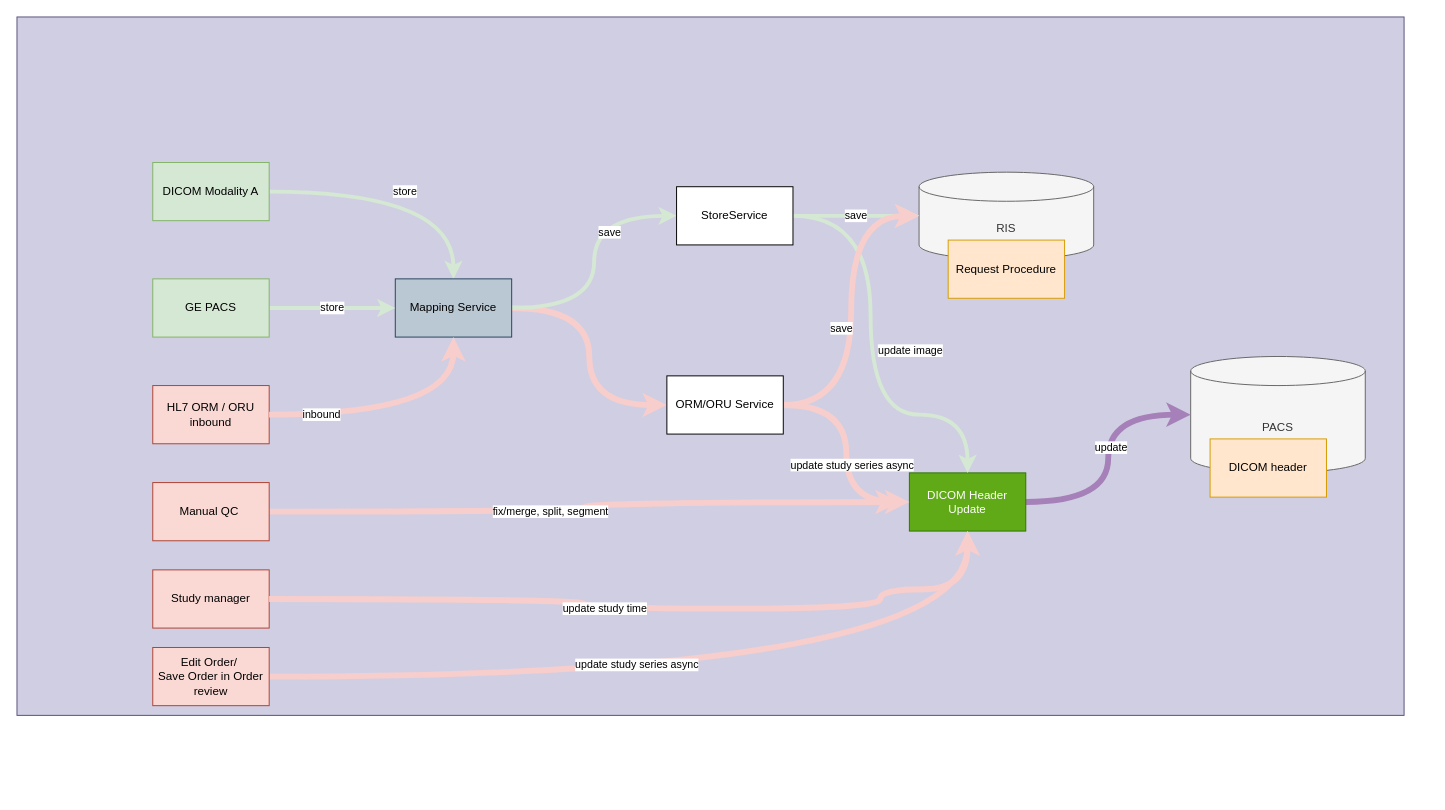
Above: dicom update.drawio in comsmall/None (draw.io), before the change. Source tidied: cells renumbered, new cells numbered last; positions are measured from the earlier drawing's top-left corner, leaving out a move shared by most shapes. Both pictures are drawn from the tidied source at 97%, with x=0, y=0 at pixel (16, 16).
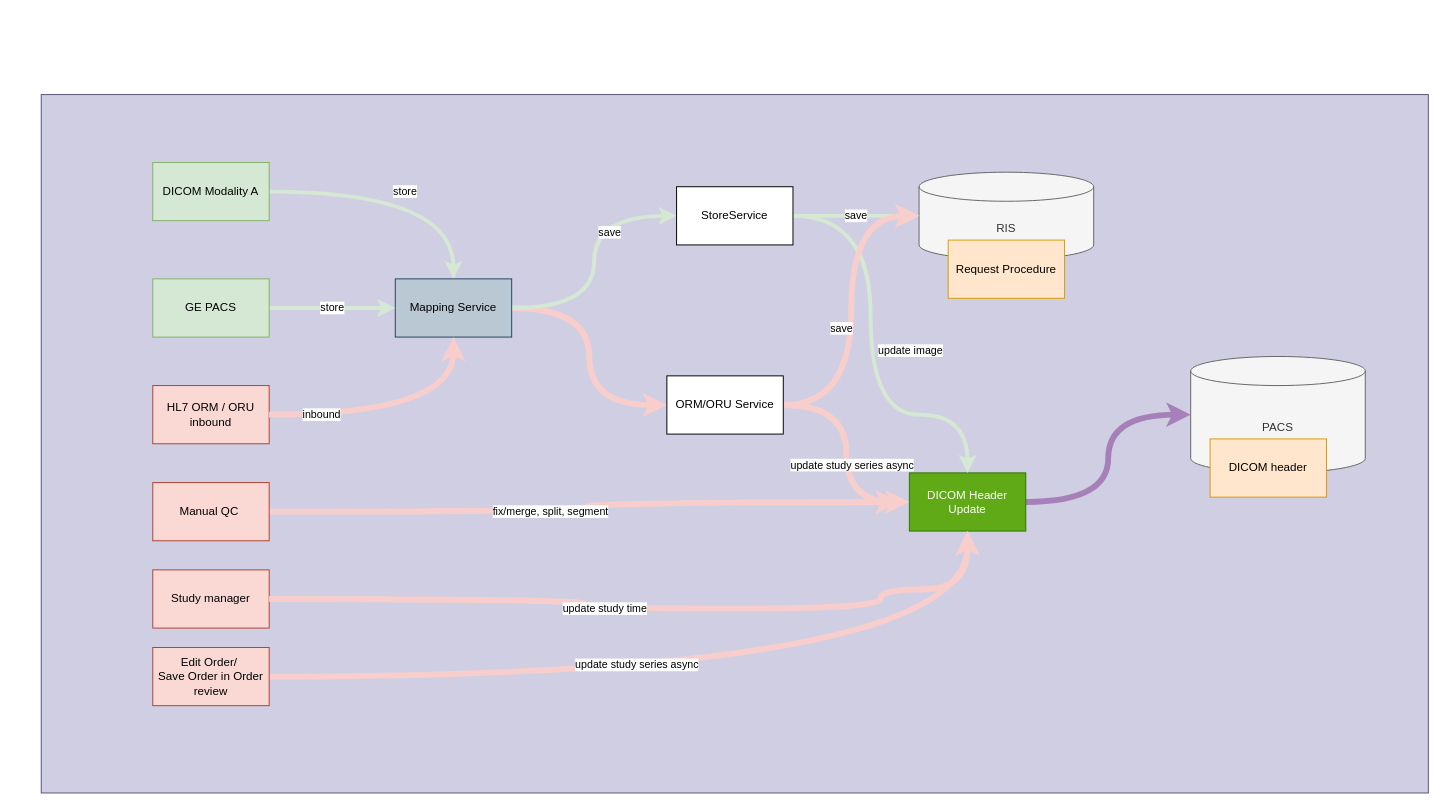
The same page after the edit.

Unchanged cells that the change refers to:
```xml
<mxCell id="18" style="edgeStyle=orthogonalEdgeStyle;jettySize=auto;html=1;entryX=0;entryY=0.5;entryDx=0;entryDy=0;entryPerimeter=0;curved=1;strokeColor=#A680B8;strokeWidth=6;" parent="1" edge="1" source="20" target="10">
  <mxGeometry relative="1" as="geometry" />
</mxCell>
```

Change to the diagram source:
```diff
@@
     <mxCell id="2" style="rounded=0;whiteSpace=wrap;html=1;fillColor=#d0cee2;strokeColor=#56517e;" parent="1" vertex="1">
-      <mxGeometry width="1430" height="720" as="geometry" />
+      <mxGeometry x="25" y="80" width="1430" height="720" as="geometry" />
     </mxCell>
@@
-    <mxCell id="19" value="update" style="edgeLabel;html=1;align=center;verticalAlign=middle;" parent="18" vertex="1">
-      <mxGeometry x="0.09" y="-2" relative="1" as="geometry" />
-    </mxCell>
```
